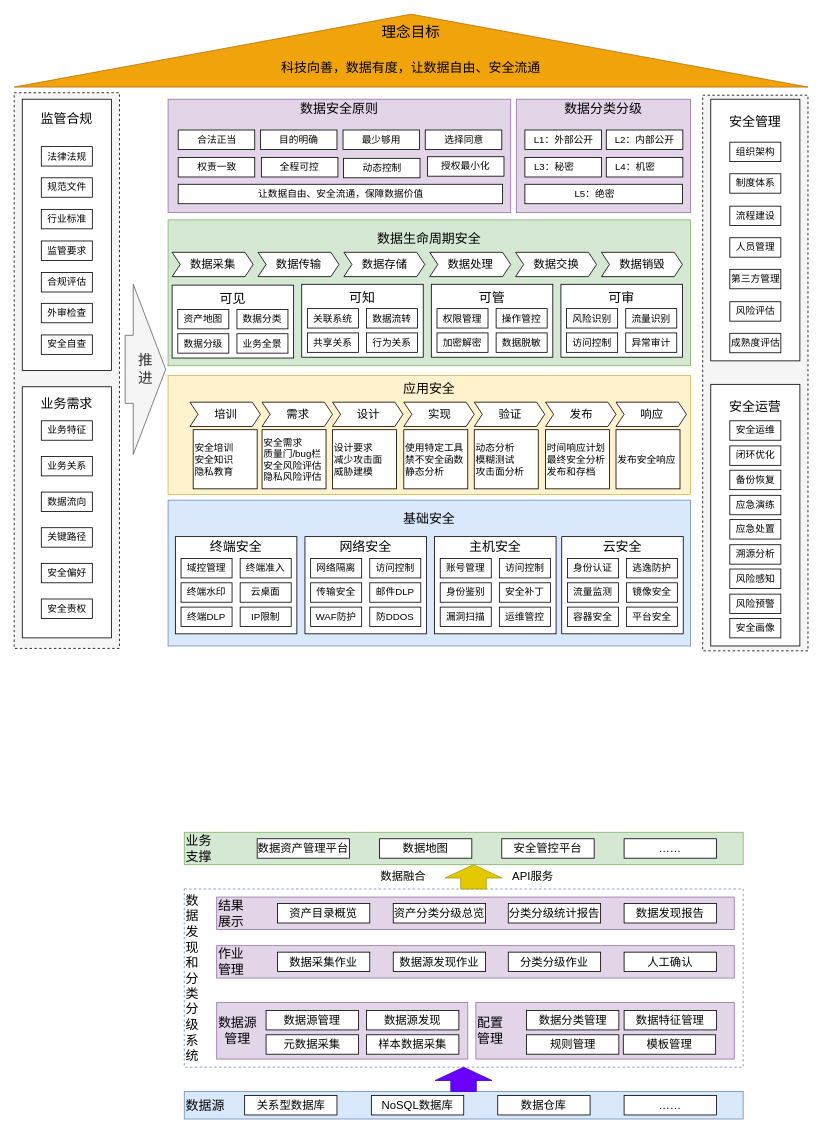
hongweilv-whu/flowCharts keeps this draw.io diagram as 数据安全体系-架构图.drawio. Above is the earlier version. Source tidied: cells renumbered, new cells numbered last; positions are measured from the earlier drawing's top-left corner, leaving out a move shared by most shapes. Both pictures are drawn from the tidied source at 81%, with x=0, y=0 at pixel (14, 14).
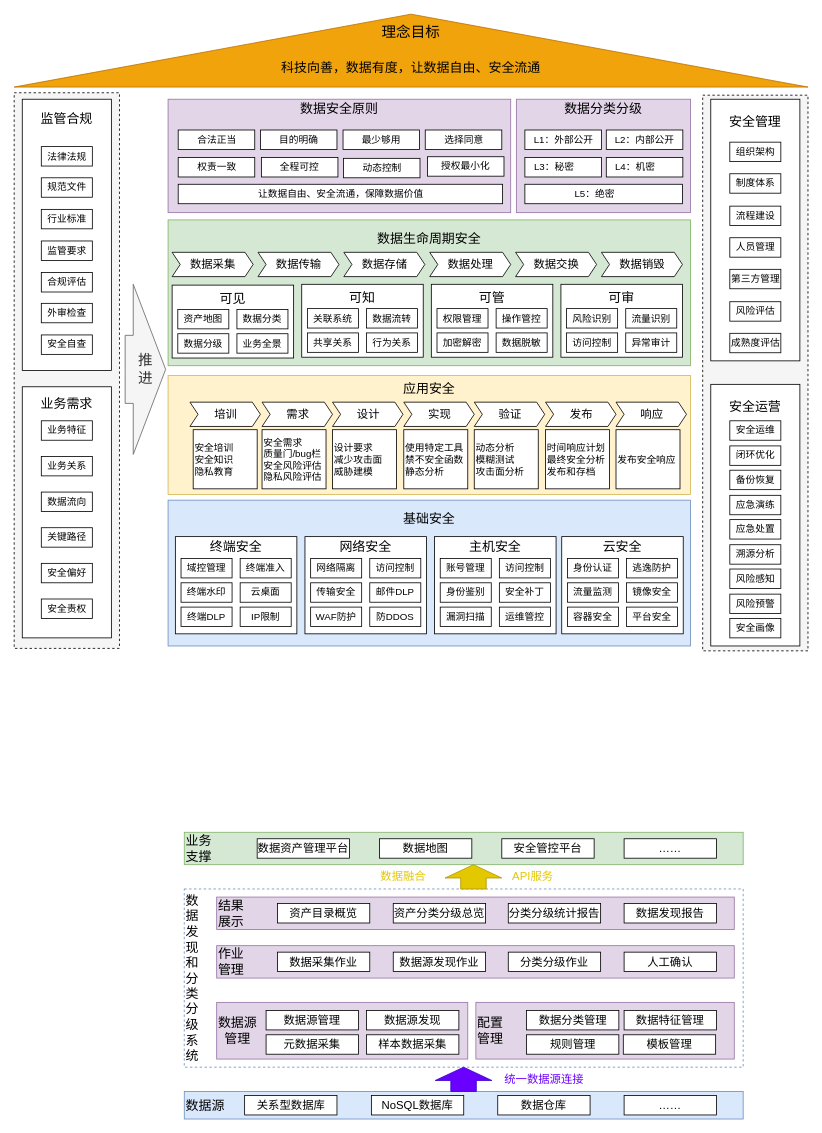
Above is the later version.

Commit message:
更新数据安全体系-架构图.drawio

Change to the diagram source:
```diff
@@
-    <mxCell id="158" value="API服务" style="text;html=1;align=center;verticalAlign=middle;strokeColor=none;fillColor=none;fontSize=14;" parent="1" vertex="1">
+    <mxCell id="158" value="&lt;font color=&quot;#e3c800&quot;&gt;API服务&lt;/font&gt;" style="text;html=1;align=center;verticalAlign=middle;strokeColor=none;fillColor=none;fontSize=14;" parent="1" vertex="1">
       <mxGeometry x="605" y="1050" width="70" height="30" as="geometry" />
     </mxCell>
-    <mxCell id="159" value="数据融合" style="text;html=1;align=center;verticalAlign=middle;strokeColor=none;fillColor=none;fontSize=14;" parent="1" vertex="1">
+    <mxCell id="159" value="&lt;font color=&quot;#e3c800&quot;&gt;数据融合&lt;/font&gt;" style="text;html=1;align=center;verticalAlign=middle;strokeColor=none;fillColor=none;fontSize=14;" parent="1" vertex="1">
       <mxGeometry x="440" y="1050" width="80" height="30" as="geometry" />
     </mxCell>
@@
+    <mxCell id="161" value="&lt;font color=&quot;#6a00ff&quot;&gt;统一数据源连接&lt;/font&gt;" style="text;html=1;align=center;verticalAlign=middle;strokeColor=none;fillColor=none;fontSize=14;" parent="1" vertex="1">
+      <mxGeometry x="594" y="1300" width="120" height="30" as="geometry" />
+    </mxCell>
```
